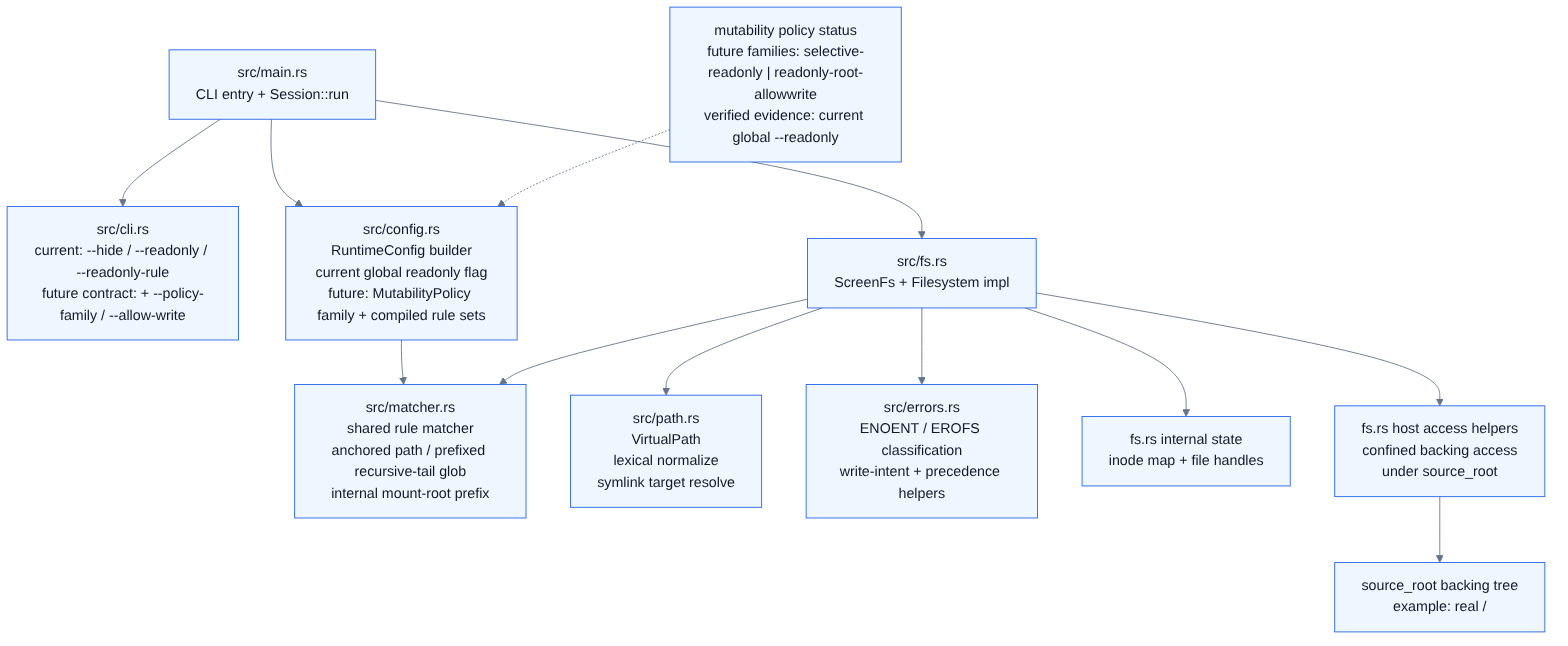
This is docs/diagrams/module-architecture.png from spi-ca/screenfs, a Mermaid export, as it was before one commit. Its source is kept beside it as docs/diagrams/module-architecture.mmd.
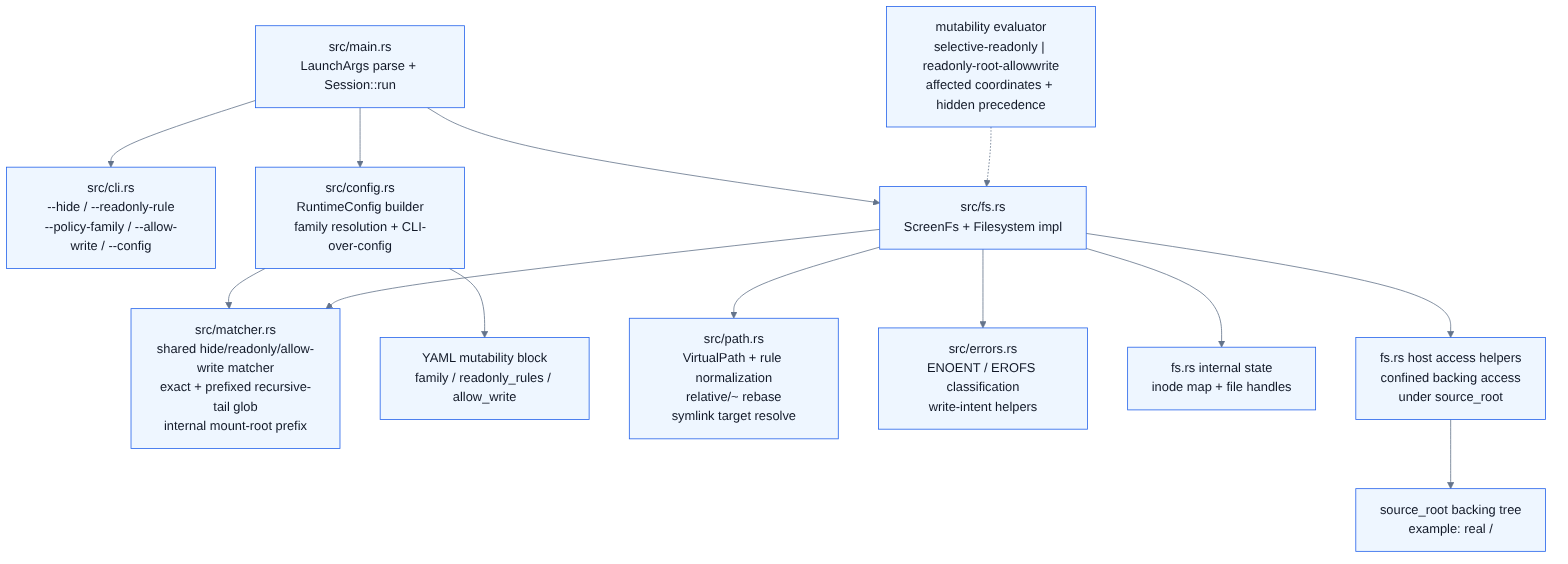
The same diagram one commit later.

Change to the diagram source:
```diff
@@ -1,13 +1,14 @@
 flowchart TD
-    main["src/main.rs\nCLI entry + Session::run"] --> cli["src/cli.rs\ncurrent: --hide / --readonly / --readonly-rule\nfuture contract: + --policy-family / --allow-write"]
-    main --> config["src/config.rs\nRuntimeConfig builder\ncurrent global readonly flag\nfuture: MutabilityPolicy family + compiled rule sets"]
-    config --> matcher["src/matcher.rs\nshared rule matcher\nanchored path / prefixed recursive-tail glob\ninternal mount-root prefix"]
+    main["src/main.rs\nLaunchArgs parse + Session::run"] --> cli["src/cli.rs\n--hide / --readonly-rule\n--policy-family / --allow-write / --config"]
+    main --> config["src/config.rs\nRuntimeConfig builder\nfamily resolution + CLI-over-config"]
+    config --> matcher["src/matcher.rs\nshared hide/readonly/allow-write matcher\nexact + prefixed recursive-tail glob\ninternal mount-root prefix"]
+    config --> yaml["YAML mutability block\nfamily / readonly_rules / allow_write"]
     main --> fs["src/fs.rs\nScreenFs + Filesystem impl"]
-    fs --> path["src/path.rs\nVirtualPath\nlexical normalize\nsymlink target resolve"]
+    fs --> path["src/path.rs\nVirtualPath + rule normalization\nrelative/~ rebase\nsymlink target resolve"]
     fs --> matcher
-    fs --> errors["src/errors.rs\nENOENT / EROFS classification\nwrite-intent + precedence helpers"]
+    fs --> errors["src/errors.rs\nENOENT / EROFS classification\nwrite-intent helpers"]
     fs --> state["fs.rs internal state\ninode map + file handles"]
     fs --> host["fs.rs host access helpers\nconfined backing access\nunder source_root"]
-    target["mutability policy status\nfuture families: selective-readonly | readonly-root-allowwrite\nverified evidence: current global --readonly"] -.-> config
+    policy["mutability evaluator\nselective-readonly | readonly-root-allowwrite\naffected coordinates + hidden precedence"] -.-> fs
 
     host --> source["source_root backing tree\nexample: real /"]
```
